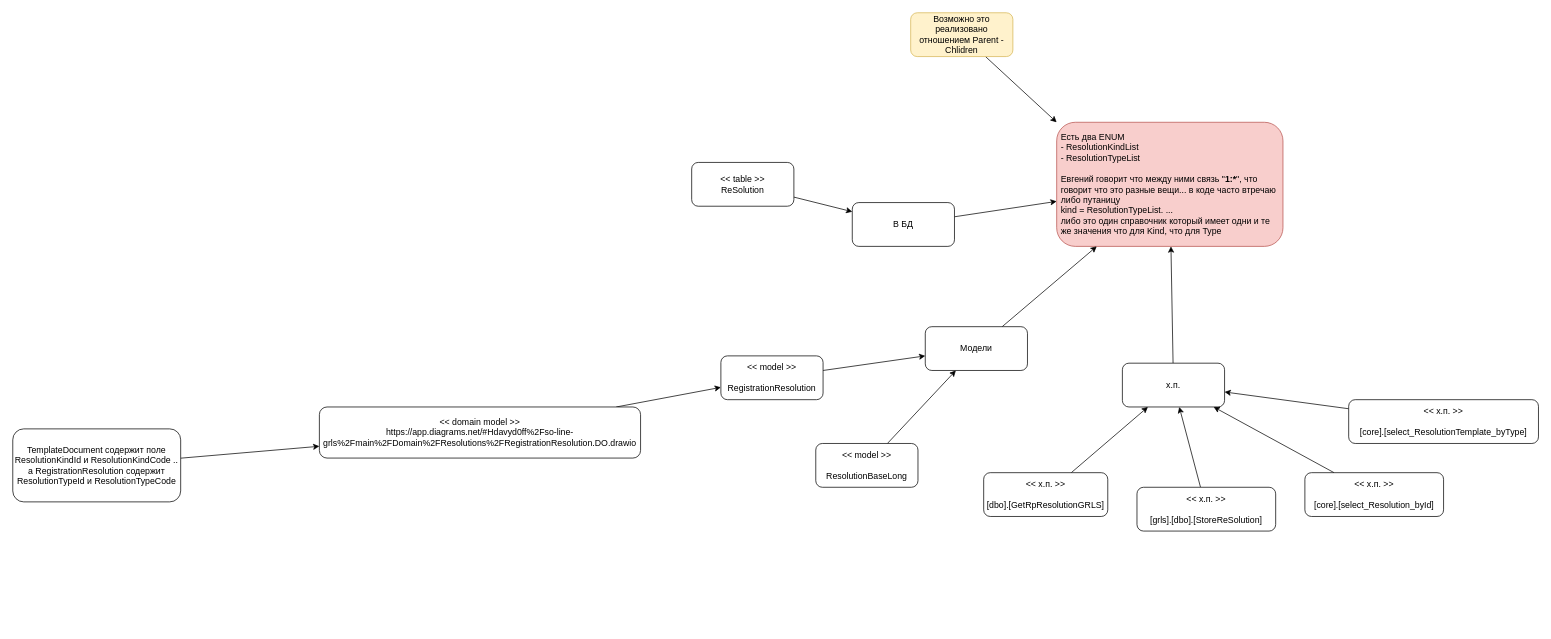
Earlier version of the draw.io diagram Domain/Resolutions/TypeResolutionVSKindResolution.drawio (davyd0ff/so-line-grls). Source tidied: cells renumbered, new cells numbered last; positions are measured from the earlier drawing's top-left corner, leaving out a move shared by most shapes. Both pictures are drawn from the tidied source at 73%, with x=0, y=0 at pixel (12, 12).
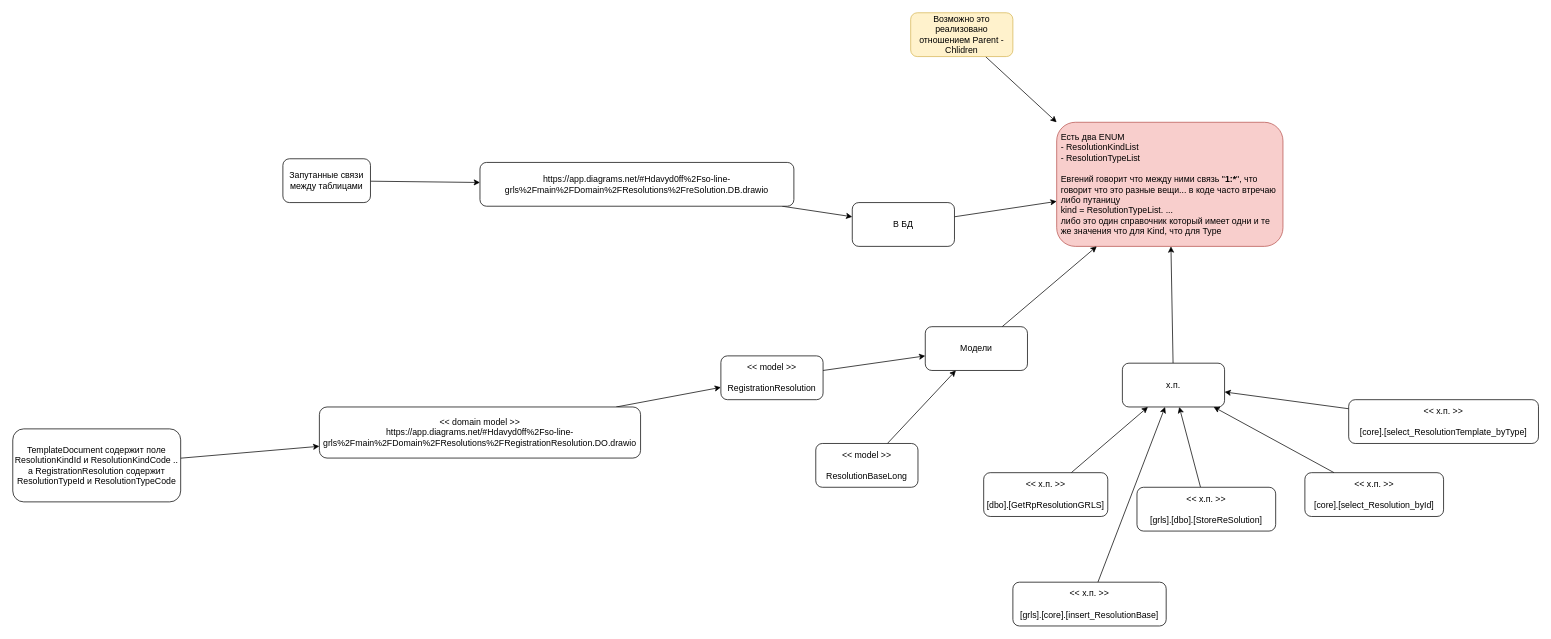
The same page after the edit.

Unchanged cells that the change refers to:
```xml
<mxCell id="16" value="х.п." style="rounded=1;whiteSpace=wrap;html=1;" parent="1" vertex="1">
  <mxGeometry x="1520" y="480" width="140" height="60" as="geometry" />
</mxCell>
```

Change to the diagram source:
```diff
@@
-    <mxCell id="8" value="&amp;lt;&amp;lt; table &amp;gt;&amp;gt;&lt;br&gt;ReSolution" style="rounded=1;whiteSpace=wrap;html=1;" parent="1" vertex="1">
-      <mxGeometry x="930" y="205" width="140" height="60" as="geometry" />
+    <mxCell id="8" value="https://app.diagrams.net/#Hdavyd0ff%2Fso-line-grls%2Fmain%2FDomain%2FResolutions%2FreSolution.DB.drawio" style="rounded=1;whiteSpace=wrap;html=1;" parent="1" vertex="1">
+      <mxGeometry x="640" y="205" width="430" height="60" as="geometry" />
     </mxCell>
@@
+    <mxCell id="29" style="edgeStyle=none;rounded=0;jettySize=auto;html=1;" parent="1" edge="1" source="30" target="8">
+      <mxGeometry relative="1" as="geometry" />
+    </mxCell>
+    <mxCell id="30" value="Запутанные связи между таблицами" style="rounded=1;whiteSpace=wrap;html=1;" parent="1" vertex="1">
+      <mxGeometry x="370" y="200" width="120" height="60" as="geometry" />
+    </mxCell>
+    <mxCell id="31" style="edgeStyle=none;rounded=0;jettySize=auto;html=1;" parent="1" edge="1" source="32" target="16">
+      <mxGeometry relative="1" as="geometry" />
+    </mxCell>
+    <mxCell id="32" value="&amp;lt;&amp;lt; х.п. &amp;gt;&amp;gt;&lt;br&gt;&lt;br&gt;[grls].[core].[insert_ResolutionBase]" style="rounded=1;whiteSpace=wrap;html=1;" parent="1" vertex="1">
+      <mxGeometry x="1370" y="780" width="210" height="60" as="geometry" />
+    </mxCell>
```
